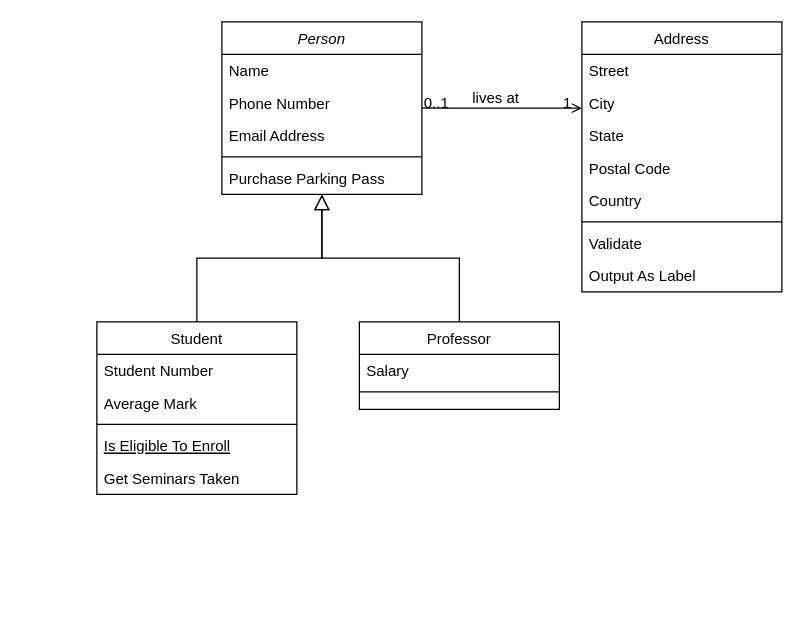
This is Untitled Diagram.drawio from DROFEL/Please_Compile_ProSchoolar, a draw.io file, before an edit. Source tidied: cells renumbered, new cells numbered last; positions are measured from the earlier drawing's top-left corner, leaving out a move shared by most shapes. Both pictures are drawn from the tidied source at 125%, with x=0, y=0 at pixel (96, 21).
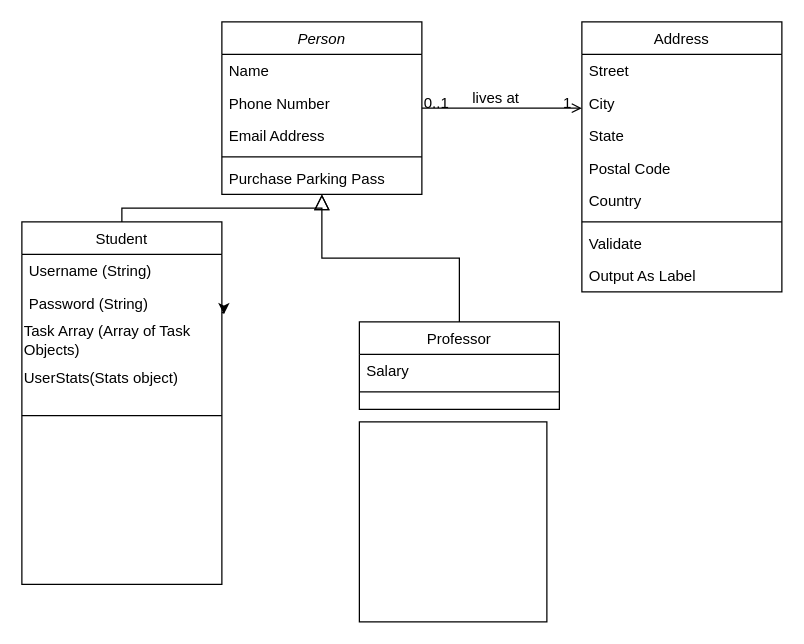
Above is the later version.

Change to the diagram source:
```diff
@@
     <mxCell id="8" value="Student" style="swimlane;fontStyle=0;align=center;verticalAlign=top;horizontal=1;startSize=26;rounded=0;shadow=0;strokeWidth=1;" parent="1" vertex="1">
-      <mxGeometry y="240" width="160" height="138" as="geometry" />
+      <mxGeometry x="-60" y="160" width="160" height="290" as="geometry" />
     </mxCell>
-    <mxCell id="9" value="Student Number" style="text;align=left;verticalAlign=top;spacingLeft=4;spacingRight=4;overflow=hidden;" parent="8" vertex="1">
+    <mxCell id="9" value="Username (String)&#10;" style="text;align=left;verticalAlign=top;spacingLeft=4;spacingRight=4;overflow=hidden;" parent="8" vertex="1">
       <mxGeometry y="26" width="160" height="26" as="geometry" />
     </mxCell>
-    <mxCell id="10" value="Average Mark" style="text;align=left;verticalAlign=top;spacingLeft=4;spacingRight=4;overflow=hidden;points=[[0,0.5],[1,0.5]];portConstraint=eastwest;rounded=0;shadow=0;html=0;" parent="8" vertex="1">
-      <mxGeometry y="52" width="160" height="26" as="geometry" />
+    <mxCell id="10" value="Password (String)&#10;" style="text;align=left;verticalAlign=top;spacingLeft=4;spacingRight=4;overflow=hidden;points=[[0,0.5],[1,0.5]];portConstraint=eastwest;rounded=0;shadow=0;html=0;" parent="8" vertex="1">
+      <mxGeometry y="52" width="160" height="28" as="geometry" />
     </mxCell>
+    <mxCell id="32" style="edgeStyle=orthogonalEdgeStyle;rounded=0;jettySize=auto;html=1;exitX=1;exitY=0.25;exitDx=0;exitDy=0;entryX=1.01;entryY=0.781;entryDx=0;entryDy=0;entryPerimeter=0;" parent="8" edge="1" source="8" target="10">
+      <mxGeometry relative="1" as="geometry" />
+    </mxCell>
+    <mxCell id="33" value="Task Array (Array of Task Objects)" style="text;html=1;strokeColor=none;fillColor=none;align=left;verticalAlign=middle;whiteSpace=wrap;rounded=0;" parent="8" vertex="1">
+      <mxGeometry y="80" width="160" height="30" as="geometry" />
+    </mxCell>
+    <mxCell id="34" value="UserStats(Stats object)" style="text;html=1;strokeColor=none;fillColor=none;align=left;verticalAlign=middle;whiteSpace=wrap;rounded=0;" parent="8" vertex="1">
+      <mxGeometry y="110" width="160" height="30" as="geometry" />
+    </mxCell>
     <mxCell id="11" style="line;html=1;strokeWidth=1;align=left;verticalAlign=middle;spacingTop=-1;spacingLeft=3;spacingRight=3;labelPosition=right;" parent="8" vertex="1">
-      <mxGeometry y="78" width="160" height="8" as="geometry" />
+      <mxGeometry y="140" width="160" height="30" as="geometry" />
     </mxCell>
-    <mxCell id="12" value="Is Eligible To Enroll" style="text;align=left;verticalAlign=top;spacingLeft=4;spacingRight=4;overflow=hidden;fontStyle=4;" parent="8" vertex="1">
-      <mxGeometry y="86" width="160" height="26" as="geometry" />
-    </mxCell>
-    <mxCell id="13" value="Get Seminars Taken" style="text;align=left;verticalAlign=top;spacingLeft=4;spacingRight=4;overflow=hidden;" parent="8" vertex="1">
-      <mxGeometry y="112" width="160" height="26" as="geometry" />
-    </mxCell>
@@
+    <mxCell id="35" style="rounded=0;whiteSpace=wrap;html=1;" parent="1" vertex="1">
+      <mxGeometry x="210" y="320" width="150" height="160" as="geometry" />
+    </mxCell>
```
